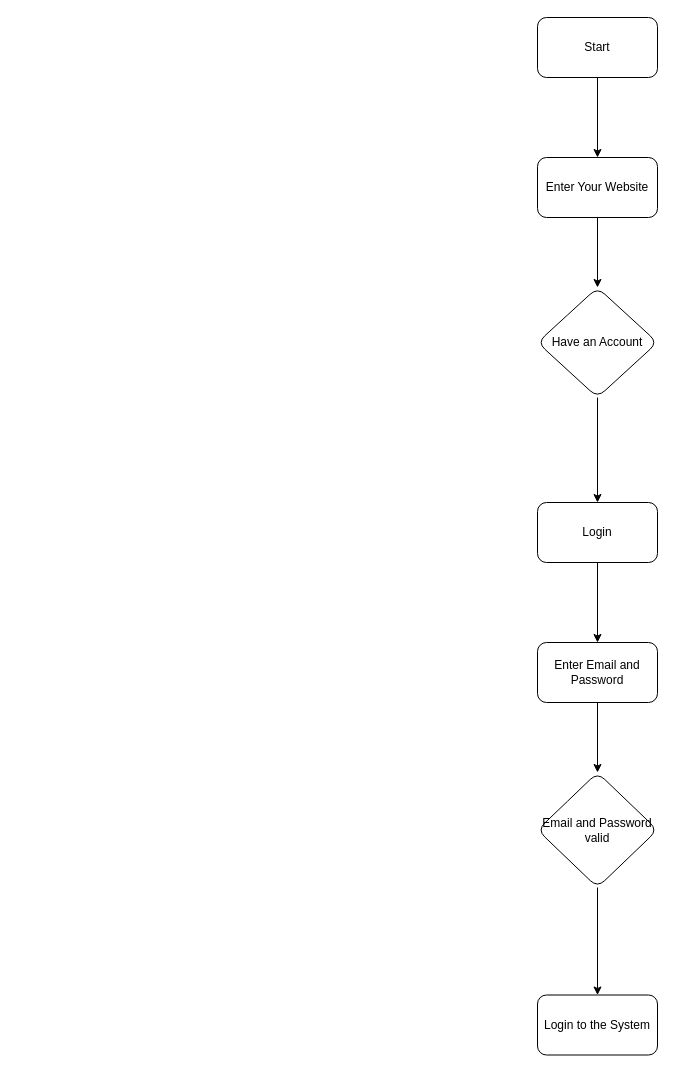
This is Untitled Diagram.drawio from krishanathep/my-flowchart, a draw.io file, before an edit. Source tidied: cells renumbered, new cells numbered last; positions are measured from the earlier drawing's top-left corner, leaving out a move shared by most shapes. Both pictures are drawn from the tidied source at 100%, with x=0, y=0 at pixel (537, 17).
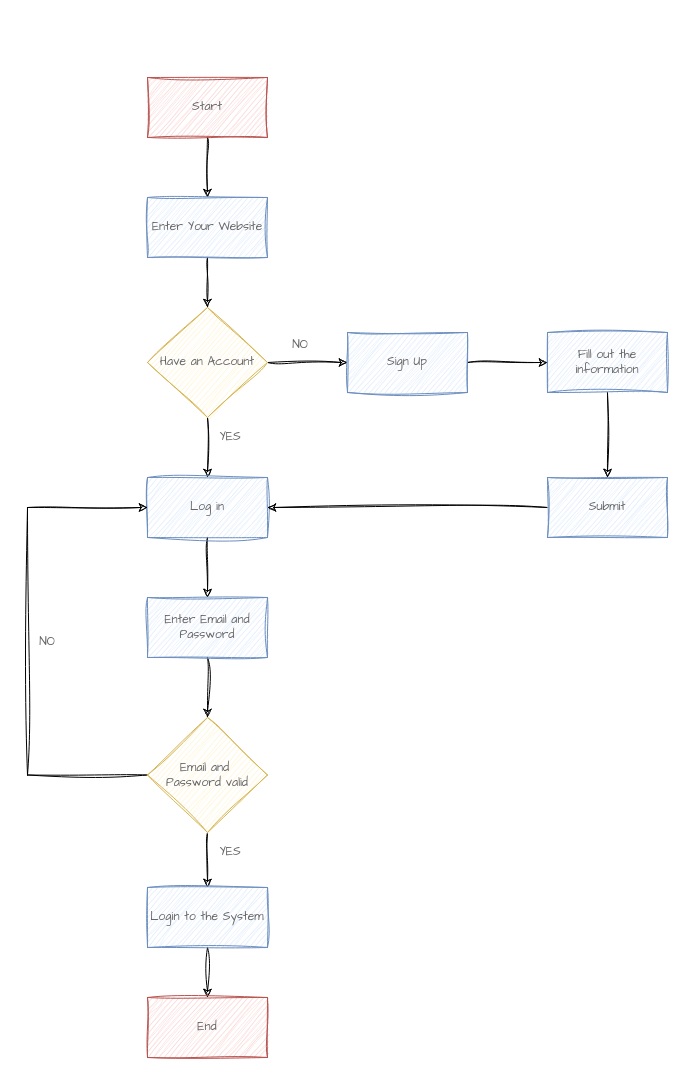
The same page after the edit.

Diff of the diagram source:
```diff
@@
-    <mxCell id="2" style="edgeStyle=orthogonalEdgeStyle;rounded=0;jettySize=auto;html=1;" parent="1" edge="1" source="3" target="5">
+    <mxCell id="2" style="edgeStyle=orthogonalEdgeStyle;rounded=0;jettySize=auto;html=1;sketch=1;curveFitting=1;jiggle=2;fontFamily=Comic Sans MS;fontColor=#666666;" parent="1" edge="1" source="3" target="5">
       <mxGeometry relative="1" as="geometry" />
     </mxCell>
-    <mxCell id="3" value="Start" style="rounded=1;whiteSpace=wrap;html=1;" parent="1" vertex="1">
-      <mxGeometry width="120" height="60" as="geometry" />
+    <mxCell id="3" value="Start" style="rounded=0;whiteSpace=wrap;html=1;sketch=1;curveFitting=1;jiggle=2;fontFamily=Comic Sans MS;fillColor=#f8cecc;strokeColor=#b85450;fontColor=#666666;" parent="1" vertex="1">
+      <mxGeometry x="-390" y="60" width="120" height="60" as="geometry" />
     </mxCell>
-    <mxCell id="4" style="edgeStyle=orthogonalEdgeStyle;rounded=0;jettySize=auto;html=1;" parent="1" edge="1" source="5" target="7">
+    <mxCell id="4" style="edgeStyle=orthogonalEdgeStyle;rounded=0;jettySize=auto;html=1;sketch=1;curveFitting=1;jiggle=2;fontFamily=Comic Sans MS;fontColor=#666666;" parent="1" edge="1" source="5" target="7">
       <mxGeometry relative="1" as="geometry" />
     </mxCell>
-    <mxCell id="5" value="Enter Your Website" style="rounded=1;whiteSpace=wrap;html=1;" parent="1" vertex="1">
-      <mxGeometry y="140" width="120" height="60" as="geometry" />
+    <mxCell id="5" value="Enter Your Website" style="rounded=0;whiteSpace=wrap;html=1;sketch=1;curveFitting=1;jiggle=2;fontFamily=Comic Sans MS;fillColor=#dae8fc;strokeColor=#6c8ebf;fontColor=#666666;" parent="1" vertex="1">
+      <mxGeometry x="-390" y="180" width="120" height="60" as="geometry" />
     </mxCell>
-    <mxCell id="6" style="edgeStyle=orthogonalEdgeStyle;rounded=0;jettySize=auto;html=1;" parent="1" edge="1" source="7" target="9">
+    <mxCell id="6" style="edgeStyle=orthogonalEdgeStyle;rounded=0;jettySize=auto;html=1;sketch=1;curveFitting=1;jiggle=2;fontFamily=Comic Sans MS;fontColor=#666666;" parent="1" edge="1" source="7" target="9">
       <mxGeometry relative="1" as="geometry" />
     </mxCell>
+    <mxCell id="15" style="edgeStyle=orthogonalEdgeStyle;rounded=0;jettySize=auto;html=1;sketch=1;curveFitting=1;jiggle=2;fontFamily=Comic Sans MS;fontColor=#666666;" parent="1" edge="1" source="7" target="21">
+      <mxGeometry relative="1" as="geometry" />
+    </mxCell>
-    <mxCell id="7" value="Have an Account" style="rhombus;whiteSpace=wrap;html=1;rounded=1;" parent="1" vertex="1">
-      <mxGeometry y="270" width="120" height="110" as="geometry" />
+    <mxCell id="7" value="Have an Account" style="rhombus;whiteSpace=wrap;html=1;rounded=0;sketch=1;curveFitting=1;jiggle=2;fontFamily=Comic Sans MS;fillColor=#fff2cc;strokeColor=#d6b656;fontColor=#666666;" parent="1" vertex="1">
+      <mxGeometry x="-390" y="290" width="120" height="110" as="geometry" />
     </mxCell>
-    <mxCell id="8" style="edgeStyle=orthogonalEdgeStyle;rounded=0;jettySize=auto;html=1;" parent="1" edge="1" source="9" target="11">
+    <mxCell id="8" style="edgeStyle=orthogonalEdgeStyle;rounded=0;jettySize=auto;html=1;sketch=1;curveFitting=1;jiggle=2;fontFamily=Comic Sans MS;fontColor=#666666;" parent="1" edge="1" source="9" target="11">
       <mxGeometry relative="1" as="geometry" />
     </mxCell>
-    <mxCell id="9" value="Login" style="whiteSpace=wrap;html=1;rounded=1;" parent="1" vertex="1">
-      <mxGeometry y="485" width="120" height="60" as="geometry" />
+    <mxCell id="9" value="Log in" style="whiteSpace=wrap;html=1;rounded=0;sketch=1;curveFitting=1;jiggle=2;fontFamily=Comic Sans MS;fillColor=#dae8fc;strokeColor=#6c8ebf;fontColor=#666666;" parent="1" vertex="1">
+      <mxGeometry x="-390" y="460" width="120" height="60" as="geometry" />
     </mxCell>
-    <mxCell id="10" style="edgeStyle=orthogonalEdgeStyle;rounded=0;jettySize=auto;html=1;" parent="1" edge="1" source="11" target="13">
+    <mxCell id="10" style="edgeStyle=orthogonalEdgeStyle;rounded=0;jettySize=auto;html=1;sketch=1;curveFitting=1;jiggle=2;fontFamily=Comic Sans MS;fontColor=#666666;" parent="1" edge="1" source="11" target="13">
       <mxGeometry relative="1" as="geometry" />
     </mxCell>
-    <mxCell id="11" value="Enter Email and Password" style="whiteSpace=wrap;html=1;rounded=1;" parent="1" vertex="1">
-      <mxGeometry y="625" width="120" height="60" as="geometry" />
+    <mxCell id="11" value="Enter Email and Password" style="whiteSpace=wrap;html=1;rounded=0;sketch=1;curveFitting=1;jiggle=2;fontFamily=Comic Sans MS;fillColor=#dae8fc;strokeColor=#6c8ebf;fontColor=#666666;" parent="1" vertex="1">
+      <mxGeometry x="-390" y="580" width="120" height="60" as="geometry" />
     </mxCell>
-    <mxCell id="12" style="edgeStyle=orthogonalEdgeStyle;rounded=0;jettySize=auto;html=1;" parent="1" edge="1" source="13" target="14">
+    <mxCell id="12" style="edgeStyle=orthogonalEdgeStyle;rounded=0;jettySize=auto;html=1;sketch=1;curveFitting=1;jiggle=2;fontFamily=Comic Sans MS;fontColor=#666666;" parent="1" edge="1" source="13" target="14">
       <mxGeometry relative="1" as="geometry" />
     </mxCell>
+    <mxCell id="16" style="edgeStyle=orthogonalEdgeStyle;rounded=0;jettySize=auto;html=1;entryX=0;entryY=0.5;entryDx=0;entryDy=0;sketch=1;curveFitting=1;jiggle=2;fontFamily=Comic Sans MS;fontColor=#666666;" parent="1" edge="1" source="13" target="9">
+      <mxGeometry relative="1" as="geometry">
+        <Array as="points">
+          <mxPoint x="-510" y="758" />
+          <mxPoint x="-510" y="490" />
+        </Array>
+      </mxGeometry>
+    </mxCell>
-    <mxCell id="13" value="Email and Password valid" style="rhombus;whiteSpace=wrap;html=1;rounded=1;" parent="1" vertex="1">
-      <mxGeometry y="755" width="120" height="115" as="geometry" />
+    <mxCell id="13" value="Email and&amp;nbsp;&lt;div&gt;Password valid&lt;/div&gt;" style="rhombus;whiteSpace=wrap;html=1;rounded=0;sketch=1;curveFitting=1;jiggle=2;fontFamily=Comic Sans MS;fillColor=#fff2cc;strokeColor=#d6b656;fontColor=#666666;" parent="1" vertex="1">
+      <mxGeometry x="-390" y="700" width="120" height="115" as="geometry" />
     </mxCell>
+    <mxCell id="17" style="edgeStyle=orthogonalEdgeStyle;rounded=0;jettySize=auto;html=1;sketch=1;curveFitting=1;jiggle=2;fontFamily=Comic Sans MS;fontColor=#666666;" parent="1" edge="1" source="14" target="30">
+      <mxGeometry relative="1" as="geometry" />
+    </mxCell>
-    <mxCell id="14" value="Login to the System" style="whiteSpace=wrap;html=1;rounded=1;" parent="1" vertex="1">
-      <mxGeometry y="977.5" width="120" height="60" as="geometry" />
+    <mxCell id="14" value="Login to the System" style="whiteSpace=wrap;html=1;rounded=0;sketch=1;curveFitting=1;jiggle=2;fontFamily=Comic Sans MS;fillColor=#dae8fc;strokeColor=#6c8ebf;fontColor=#666666;" parent="1" vertex="1">
+      <mxGeometry x="-390" y="870" width="120" height="60" as="geometry" />
     </mxCell>
+    <mxCell id="18" style="edgeStyle=orthogonalEdgeStyle;rounded=0;orthogonalLoop=1;jettySize=auto;html=1;sketch=1;curveFitting=1;jiggle=2;" parent="1" edge="1">
+      <mxGeometry relative="1" as="geometry">
+        <mxPoint x="-96" y="80" as="sourcePoint" />
+      </mxGeometry>
+    </mxCell>
+    <mxCell id="19" style="edgeStyle=orthogonalEdgeStyle;rounded=0;orthogonalLoop=1;jettySize=auto;html=1;sketch=1;curveFitting=1;jiggle=2;" parent="1" edge="1">
+      <mxGeometry relative="1" as="geometry">
+        <mxPoint x="44" y="110" as="sourcePoint" />
+      </mxGeometry>
+    </mxCell>
+    <mxCell id="20" style="edgeStyle=orthogonalEdgeStyle;rounded=0;jettySize=auto;html=1;sketch=1;curveFitting=1;jiggle=2;fontFamily=Comic Sans MS;fontColor=#666666;" parent="1" edge="1" source="21" target="23">
+      <mxGeometry relative="1" as="geometry" />
+    </mxCell>
+    <mxCell id="21" value="Sign Up" style="whiteSpace=wrap;html=1;rounded=0;sketch=1;curveFitting=1;jiggle=2;fontFamily=Comic Sans MS;fillColor=#dae8fc;strokeColor=#6c8ebf;fontColor=#666666;" parent="1" vertex="1">
+      <mxGeometry x="-190" y="315" width="120" height="60" as="geometry" />
+    </mxCell>
+    <mxCell id="22" style="edgeStyle=orthogonalEdgeStyle;rounded=0;jettySize=auto;html=1;sketch=1;curveFitting=1;jiggle=2;fontFamily=Comic Sans MS;fontColor=#666666;" parent="1" edge="1" source="23" target="25">
+      <mxGeometry relative="1" as="geometry" />
+    </mxCell>
+    <mxCell id="23" value="Fill out the information" style="whiteSpace=wrap;html=1;rounded=0;sketch=1;curveFitting=1;jiggle=2;fontFamily=Comic Sans MS;fillColor=#dae8fc;strokeColor=#6c8ebf;fontColor=#666666;" parent="1" vertex="1">
+      <mxGeometry x="10" y="315" width="120" height="60" as="geometry" />
+    </mxCell>
+    <mxCell id="24" style="edgeStyle=orthogonalEdgeStyle;rounded=0;jettySize=auto;html=1;entryX=1;entryY=0.5;entryDx=0;entryDy=0;sketch=1;curveFitting=1;jiggle=2;fontFamily=Comic Sans MS;fontColor=#666666;" parent="1" edge="1" source="25" target="9">
+      <mxGeometry relative="1" as="geometry" />
+    </mxCell>
+    <mxCell id="25" value="Submit" style="rounded=0;whiteSpace=wrap;html=1;sketch=1;curveFitting=1;jiggle=2;fontFamily=Comic Sans MS;fillColor=#dae8fc;strokeColor=#6c8ebf;fontColor=#666666;" parent="1" vertex="1">
+      <mxGeometry x="10" y="460" width="120" height="60" as="geometry" />
+    </mxCell>
+    <mxCell id="26" value="YES" style="text;html=1;align=center;verticalAlign=middle;whiteSpace=wrap;rounded=0;sketch=1;curveFitting=1;jiggle=2;fontFamily=Comic Sans MS;fontColor=#666666;" parent="1" vertex="1">
+      <mxGeometry x="-337" y="405" width="60" height="30" as="geometry" />
+    </mxCell>
+    <mxCell id="27" value="NO" style="text;html=1;align=center;verticalAlign=middle;whiteSpace=wrap;rounded=0;sketch=1;curveFitting=1;jiggle=2;fontFamily=Comic Sans MS;fontColor=#666666;" parent="1" vertex="1">
+      <mxGeometry x="-267" y="313" width="60" height="30" as="geometry" />
+    </mxCell>
+    <mxCell id="28" value="YES" style="text;html=1;align=center;verticalAlign=middle;whiteSpace=wrap;rounded=0;sketch=1;curveFitting=1;jiggle=2;fontFamily=Comic Sans MS;fontColor=#666666;" parent="1" vertex="1">
+      <mxGeometry x="-337" y="820" width="60" height="30" as="geometry" />
+    </mxCell>
+    <mxCell id="29" value="NO" style="text;html=1;align=center;verticalAlign=middle;whiteSpace=wrap;rounded=0;sketch=1;curveFitting=1;jiggle=2;fontFamily=Comic Sans MS;fontColor=#666666;" parent="1" vertex="1">
+      <mxGeometry x="-520" y="610" width="60" height="30" as="geometry" />
+    </mxCell>
+    <mxCell id="30" value="End" style="whiteSpace=wrap;html=1;rounded=0;sketch=1;curveFitting=1;jiggle=2;fontFamily=Comic Sans MS;fillColor=#f8cecc;strokeColor=#b85450;fontColor=#666666;" parent="1" vertex="1">
+      <mxGeometry x="-390" y="980" width="120" height="60" as="geometry" />
+    </mxCell>
```
